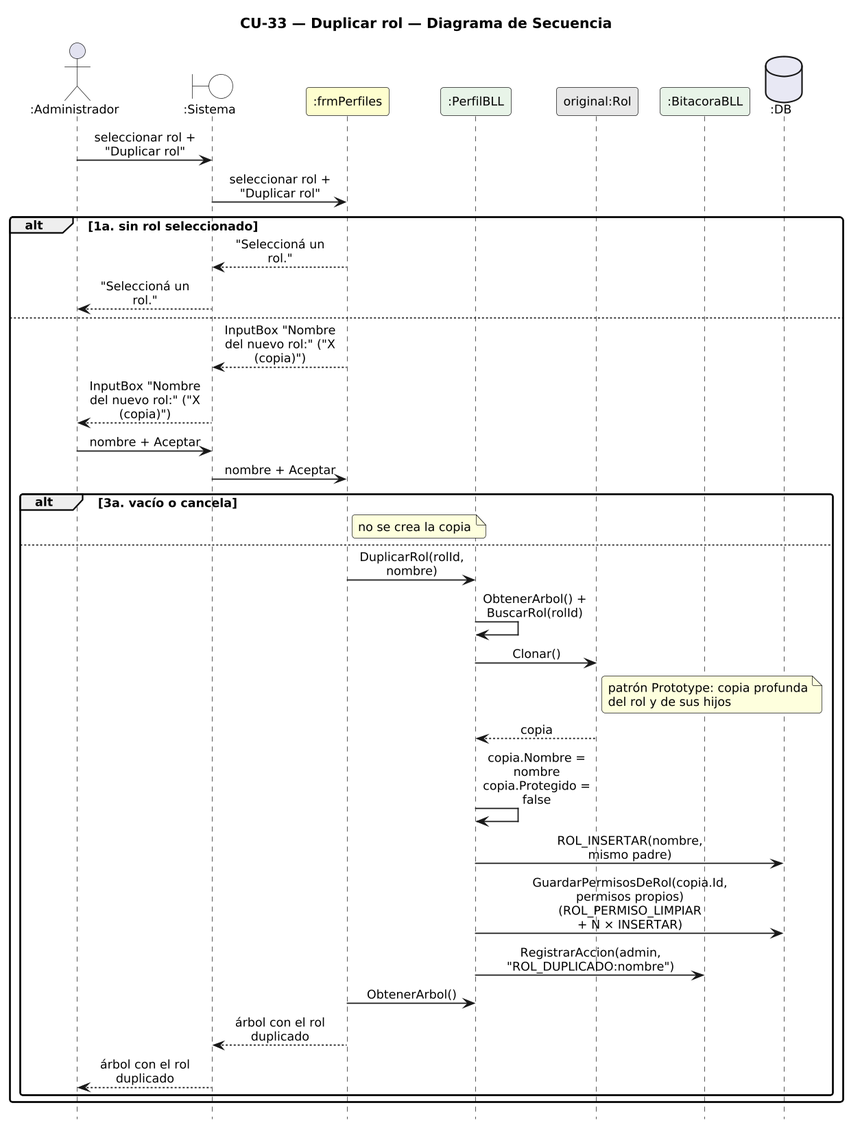
This is DIAGRAMAS/DiagramaSecuencia_CU33_DuplicarRol.png from Urrels/ingenieria_software, a PlantUML export, as it was before one commit.
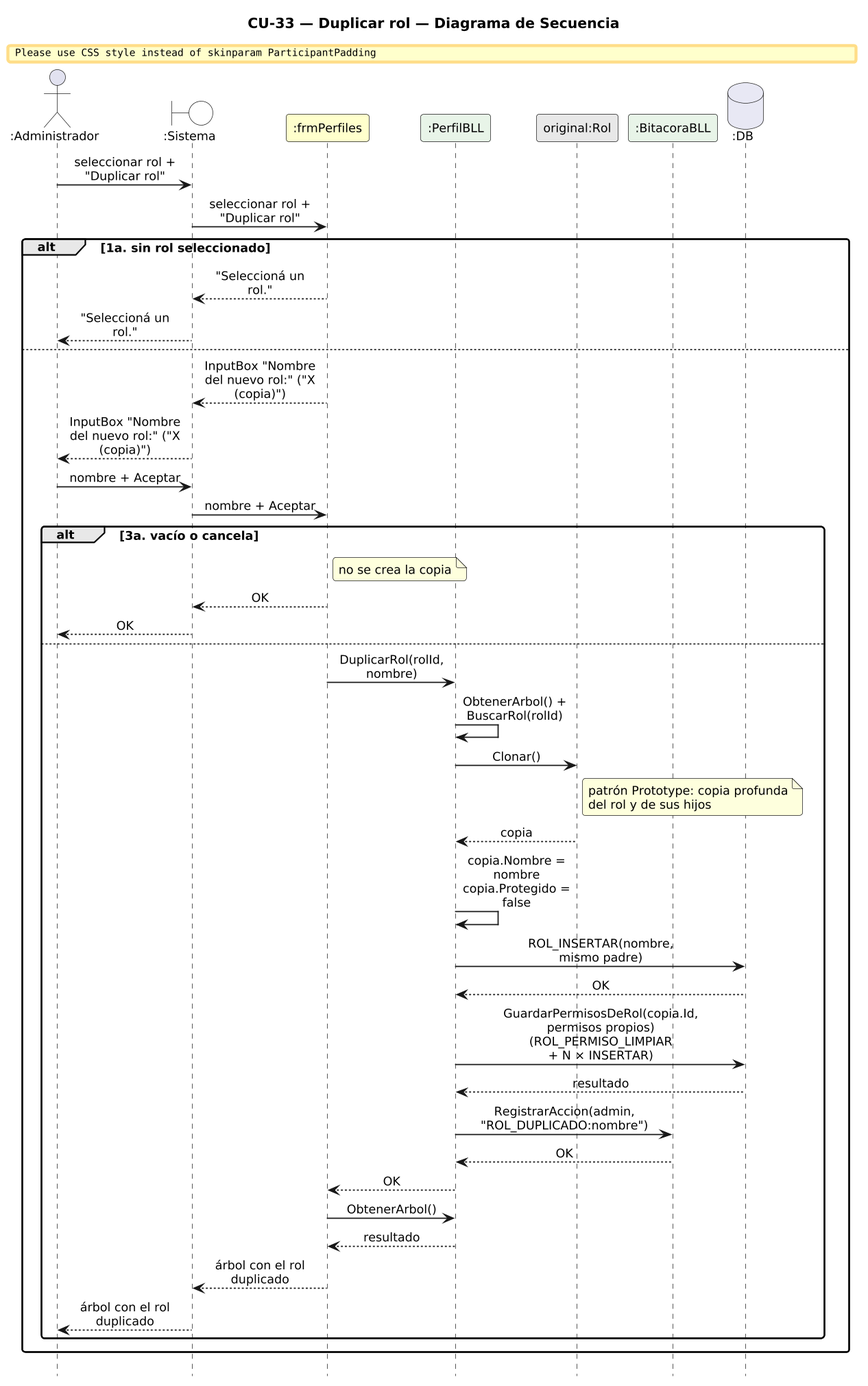
The same file after the commit.

What changed in the source:
```diff
@@ -33,6 +33,8 @@
   SYS -> F : nombre + Aceptar
   alt 3a. vacío o cancela
     note right of F : no se crea la copia
+  F --> SYS : OK
+  SYS --> A : OK
   else
     F -> PB : DuplicarRol(rolId, nombre)
     PB -> PB : ObtenerArbol() + BuscarRol(rolId)
@@ -41,9 +43,14 @@
     R --> PB : copia
     PB -> PB : copia.Nombre = nombre\ncopia.Protegido = false
     PB -> DB : ROL_INSERTAR(nombre, mismo padre)
+    DB --> PB : OK
     PB -> DB : GuardarPermisosDeRol(copia.Id, permisos propios)\n(ROL_PERMISO_LIMPIAR + N × INSERTAR)
+    DB --> PB : resultado
     PB -> BB : RegistrarAccion(admin, "ROL_DUPLICADO:nombre")
+    BB --> PB : OK
+    PB --> F : OK
     F -> PB : ObtenerArbol()
+    PB --> F : resultado
     F --> SYS : árbol con el rol duplicado
     SYS --> A : árbol con el rol duplicado
   end
```
